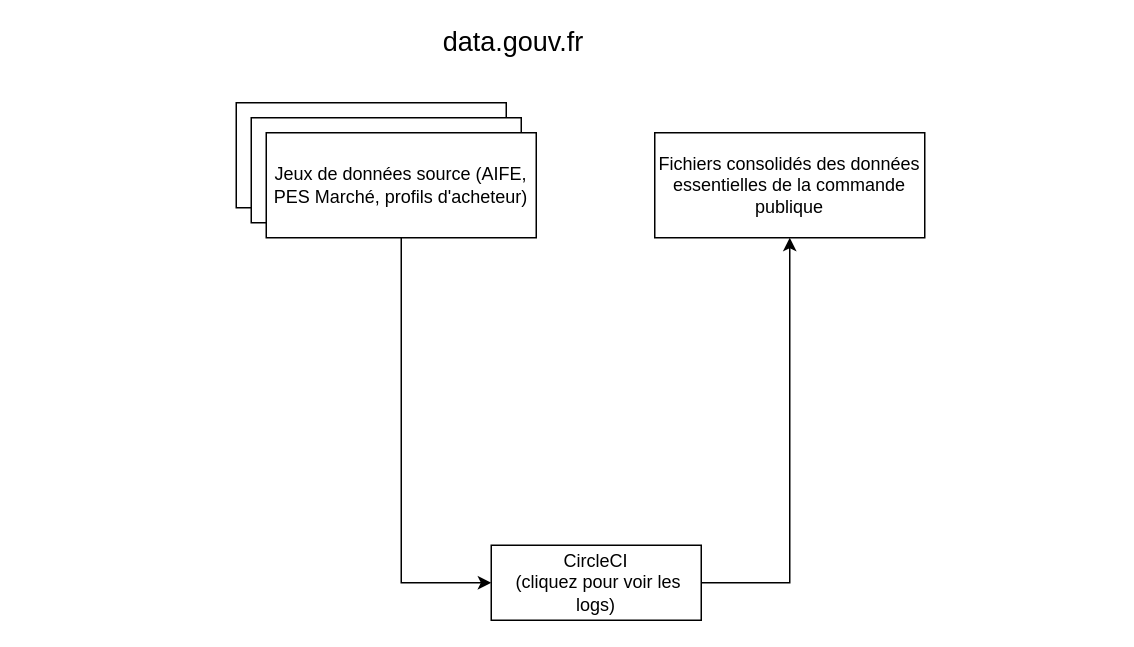
ColinMaudry/decp-docs keeps this draw.io diagram as decp-rama.drawio. Above is the earlier version. Source tidied: cells renumbered, new cells numbered last; positions are measured from the earlier drawing's top-left corner, leaving out a move shared by most shapes. Both pictures are drawn from the tidied source at 150%, with x=0, y=0 at pixel (236, 27).
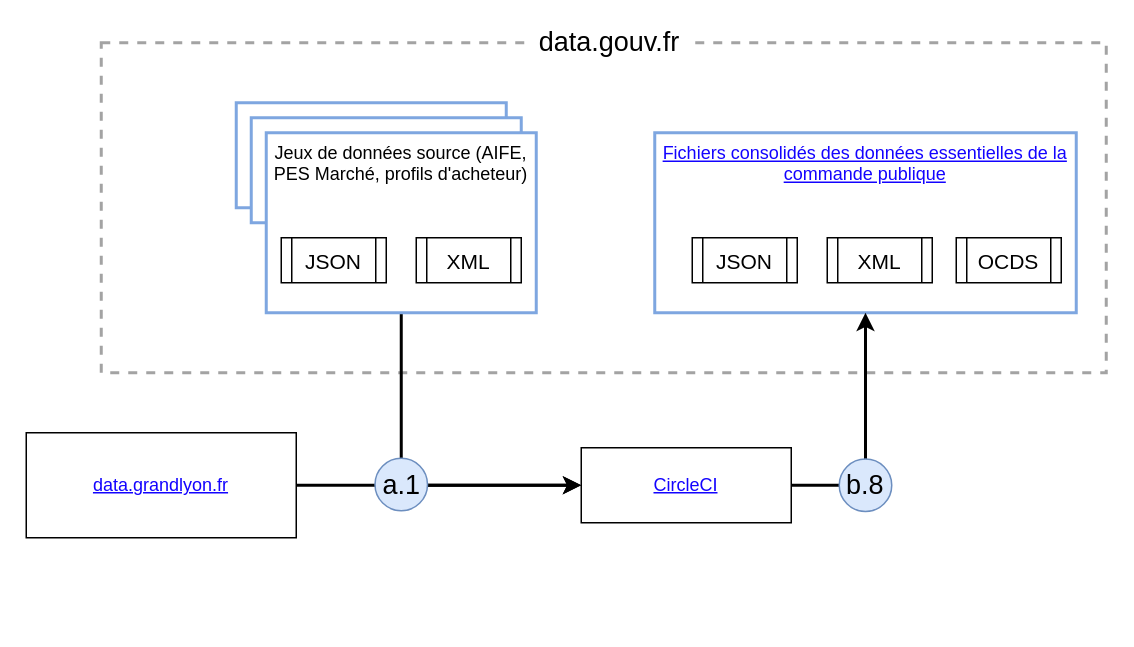
The same page after the edit.

Change to the diagram source:
```diff
@@
+    <mxCell id="10" style="rounded=0;whiteSpace=wrap;html=1;strokeWidth=2;fontSize=18;strokeColor=#A3A3A3;dashed=1;fillColor=none;" parent="1" vertex="1">
+      <mxGeometry x="-90" y="10" width="670" height="220" as="geometry" />
+    </mxCell>
-    <mxCell id="2" value="Fichiers consolidés des données essentielles de la commande publique" style="rounded=0;whiteSpace=wrap;html=1;" parent="1" vertex="1">
-      <mxGeometry x="279" y="70" width="180" height="70" as="geometry" />
+    <mxCell id="2" value="&lt;font color=&quot;#1303FF&quot;&gt;&lt;u&gt;Fichiers consolidés des données essentielles de la commande publique&lt;/u&gt;&lt;/font&gt;" style="rounded=0;whiteSpace=wrap;html=1;verticalAlign=top;strokeWidth=2;strokeColor=#7EA6E0;" parent="1" vertex="1">
+      <mxGeometry x="279" y="70" width="281" height="120" as="geometry" />
     </mxCell>
-    <mxCell id="3" style="edgeStyle=orthogonalEdgeStyle;rounded=0;jettySize=auto;html=1;fontSize=18;entryX=0.5;entryY=1;entryDx=0;entryDy=0;exitX=1;exitY=0.5;exitDx=0;exitDy=0;" parent="1" edge="1" source="4" target="2">
+    <mxCell id="3" style="edgeStyle=orthogonalEdgeStyle;rounded=0;jettySize=auto;html=1;fontSize=18;entryX=0.5;entryY=1;entryDx=0;entryDy=0;exitX=1;exitY=0.5;exitDx=0;exitDy=0;strokeWidth=2;" parent="1" edge="1" source="4" target="2">
       <mxGeometry relative="1" as="geometry" />
     </mxCell>
-    <mxCell id="4" value="&lt;div&gt;CircleCI&lt;/div&gt;&amp;nbsp;(cliquez pour voir les logs)" style="rounded=0;whiteSpace=wrap;html=1;" parent="1" vertex="1">
-      <mxGeometry x="170" y="345" width="140" height="50" as="geometry" />
+    <mxCell id="4" value="&lt;div&gt;&lt;font color=&quot;#1303FF&quot;&gt;&lt;u&gt;CircleCI&lt;/u&gt;&lt;/font&gt;&lt;/div&gt;" style="rounded=0;whiteSpace=wrap;html=1;" parent="1" vertex="1">
+      <mxGeometry x="230" y="280" width="140" height="50" as="geometry" />
     </mxCell>
-    <mxCell id="5" value="data.gouv.fr" style="text;html=1;strokeColor=none;fillColor=none;align=center;verticalAlign=middle;whiteSpace=wrap;rounded=0;fontSize=18;" parent="1" vertex="1">
-      <mxGeometry x="130" width="110" height="20" as="geometry" />
-    </mxCell>
-    <mxCell id="6" style="rounded=0;whiteSpace=wrap;html=1;" parent="1" vertex="1">
+    <mxCell id="6" style="rounded=0;whiteSpace=wrap;html=1;strokeWidth=2;strokeColor=#7EA6E0;" parent="1" vertex="1">
       <mxGeometry y="50" width="180" height="70" as="geometry" />
     </mxCell>
-    <mxCell id="7" style="rounded=0;whiteSpace=wrap;html=1;" parent="1" vertex="1">
+    <mxCell id="7" style="rounded=0;whiteSpace=wrap;html=1;strokeWidth=2;strokeColor=#7EA6E0;" parent="1" vertex="1">
       <mxGeometry x="10" y="60" width="180" height="70" as="geometry" />
     </mxCell>
-    <mxCell id="8" style="edgeStyle=orthogonalEdgeStyle;rounded=0;jettySize=auto;html=1;entryX=0;entryY=0.5;entryDx=0;entryDy=0;fontSize=18;" parent="1" edge="1" source="9" target="4">
-      <mxGeometry relative="1" as="geometry" />
+    <mxCell id="8" style="edgeStyle=orthogonalEdgeStyle;rounded=0;jettySize=auto;html=1;entryX=0;entryY=0.5;entryDx=0;entryDy=0;fontSize=18;exitX=0.5;exitY=1;exitDx=0;exitDy=0;strokeWidth=2;" parent="1" edge="1" source="9" target="4">
+      <mxGeometry relative="1" as="geometry">
+        <Array as="points">
+          <mxPoint x="110" y="305" />
+        </Array>
+      </mxGeometry>
     </mxCell>
-    <mxCell id="9" value="Jeux de données source (AIFE, PES Marché, profils d'acheteur)" style="rounded=0;whiteSpace=wrap;html=1;" parent="1" vertex="1">
-      <mxGeometry x="20" y="70" width="180" height="70" as="geometry" />
+    <mxCell id="9" value="Jeux de données source (AIFE, PES Marché, profils d'acheteur)" style="rounded=0;whiteSpace=wrap;html=1;verticalAlign=top;strokeWidth=2;strokeColor=#7EA6E0;" parent="1" vertex="1">
+      <mxGeometry x="20" y="70" width="180" height="120" as="geometry" />
     </mxCell>
+    <mxCell id="11" value="&lt;font style=&quot;font-size: 14px&quot;&gt;JSON&lt;/font&gt;" style="shape=process;whiteSpace=wrap;html=1;backgroundOutline=1;fontSize=18;" parent="1" vertex="1">
+      <mxGeometry x="30" y="140" width="70" height="30" as="geometry" />
+    </mxCell>
+    <mxCell id="12" value="&lt;font style=&quot;font-size: 14px&quot;&gt;XML&lt;/font&gt;" style="shape=process;whiteSpace=wrap;html=1;backgroundOutline=1;fontSize=18;" parent="1" vertex="1">
+      <mxGeometry x="120" y="140" width="70" height="30" as="geometry" />
+    </mxCell>
+    <mxCell id="13" value="&lt;font style=&quot;font-size: 14px&quot;&gt;JSON&lt;/font&gt;" style="shape=process;whiteSpace=wrap;html=1;backgroundOutline=1;fontSize=18;" parent="1" vertex="1">
+      <mxGeometry x="304" y="140" width="70" height="30" as="geometry" />
+    </mxCell>
+    <mxCell id="14" value="&lt;font style=&quot;font-size: 14px&quot;&gt;XML&lt;/font&gt;" style="shape=process;whiteSpace=wrap;html=1;backgroundOutline=1;fontSize=18;" parent="1" vertex="1">
+      <mxGeometry x="394" y="140" width="70" height="30" as="geometry" />
+    </mxCell>
+    <mxCell id="15" value="&lt;font style=&quot;font-size: 14px&quot;&gt;OCDS&lt;/font&gt;" style="shape=process;whiteSpace=wrap;html=1;backgroundOutline=1;fontSize=18;" parent="1" vertex="1">
+      <mxGeometry x="480" y="140" width="70" height="30" as="geometry" />
+    </mxCell>
+    <mxCell id="16" style="edgeStyle=orthogonalEdgeStyle;rounded=0;jettySize=auto;html=1;entryX=0;entryY=0.5;entryDx=0;entryDy=0;fontSize=18;strokeWidth=2;" parent="1" edge="1" source="17" target="4">
+      <mxGeometry relative="1" as="geometry" />
+    </mxCell>
+    <mxCell id="17" value="&lt;font color=&quot;#1303FF&quot;&gt;&lt;u&gt;data.grandlyon.fr&lt;/u&gt;&lt;/font&gt;" style="rounded=0;whiteSpace=wrap;html=1;" parent="1" vertex="1">
+      <mxGeometry x="-140" y="270" width="180" height="70" as="geometry" />
+    </mxCell>
+    <mxCell id="18" value="a.1" style="ellipse;whiteSpace=wrap;html=1;fontSize=18;fillColor=#dae8fc;strokeColor=#6c8ebf;" parent="1" vertex="1">
+      <mxGeometry x="92.5" y="287" width="35" height="35" as="geometry" />
+    </mxCell>
+    <mxCell id="19" value="b.8" style="ellipse;whiteSpace=wrap;html=1;fontSize=18;fillColor=#dae8fc;strokeColor=#6c8ebf;" parent="1" vertex="1">
+      <mxGeometry x="402" y="287.5" width="35" height="35" as="geometry" />
+    </mxCell>
+    <mxCell id="5" value="data.gouv.fr" style="text;html=1;strokeColor=none;align=center;verticalAlign=middle;whiteSpace=wrap;rounded=0;fontSize=18;fillColor=#ffffff;" parent="1" vertex="1">
+      <mxGeometry x="194" width="110" height="20" as="geometry" />
+    </mxCell>
```
